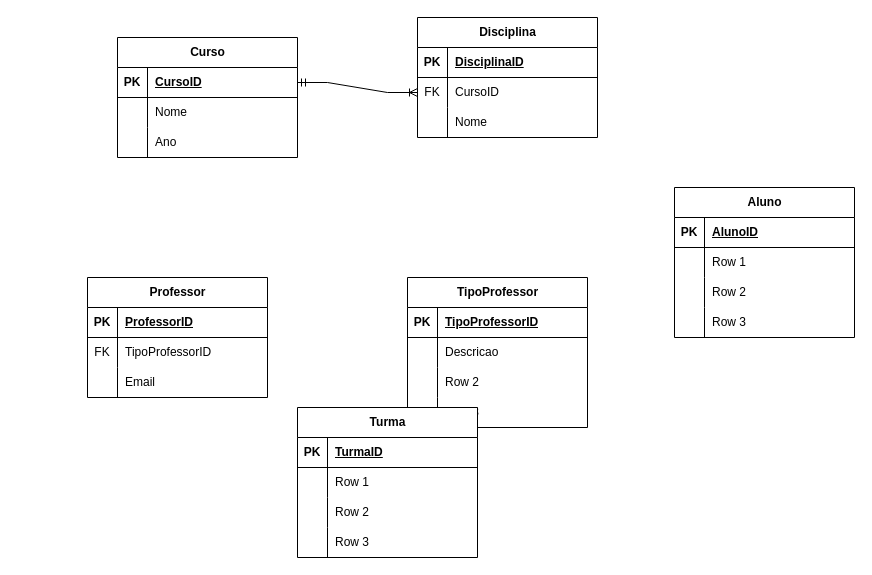
Before: page "Ex 2 - 1. Universidade" (4 of 8) of Aula_2_Notacao_CrowsFoot.drawio in danielarraiol02/tpsi-sgbd-2065422-25, a draw.io diagram. Source tidied: cells renumbered, new cells numbered last; positions are measured from the earlier drawing's top-left corner, leaving out a move shared by most shapes. Both pictures are drawn from the tidied source at 100%, with x=0, y=0 at pixel (87, 17).
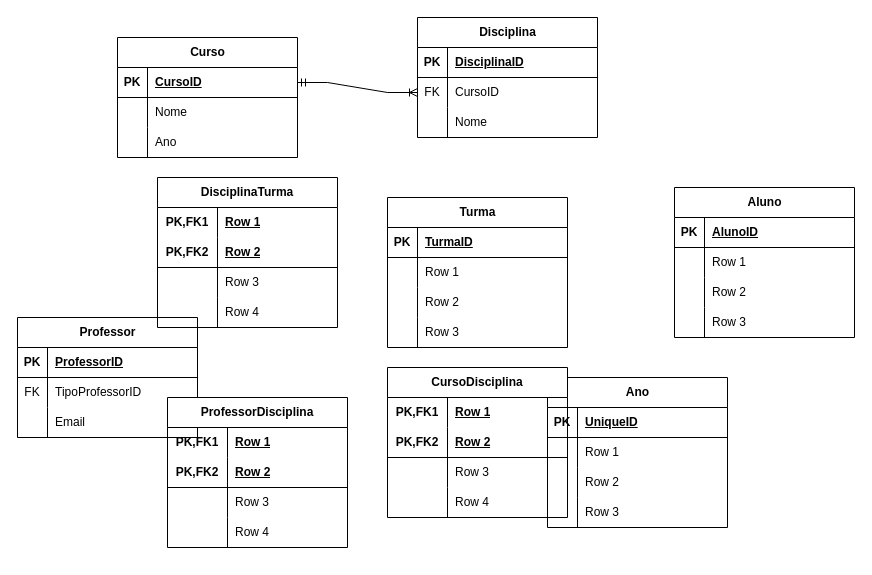
After the change.

Change to the diagram source:
```diff
@@
     <mxCell id="22" value="Professor" style="shape=table;startSize=30;childLayout=tableLayout;rowLines=0;fontStyle=1;align=center;html=1;" parent="1" vertex="1">
-      <mxGeometry y="260" width="180" height="120" as="geometry" />
+      <mxGeometry x="-70" y="300" width="180" height="120" as="geometry" />
     </mxCell>
@@
-    <mxCell id="32" value="TipoProfessor" style="shape=table;startSize=30;childLayout=tableLayout;rowLines=0;fontStyle=1;align=center;html=1;" parent="1" vertex="1">
-      <mxGeometry x="320" y="260" width="180" height="150" as="geometry" />
-    </mxCell>
-    <mxCell id="33" style="shape=tableRow;horizontal=0;startSize=0;swimlaneHead=0;swimlaneBody=0;fillColor=none;top=0;left=0;right=0;bottom=1;" parent="32" vertex="1">
-      <mxGeometry y="30" width="180" height="30" as="geometry" />
-    </mxCell>
-    <mxCell id="34" value="PK" style="shape=partialRectangle;fillColor=none;top=0;left=0;bottom=0;right=0;fontStyle=1;overflow=hidden;whiteSpace=wrap;html=1;" parent="33" vertex="1">
-      <mxGeometry width="30" height="30" as="geometry" />
-    </mxCell>
-    <mxCell id="35" value="TipoProfessorID" style="shape=partialRectangle;fillColor=none;top=0;left=0;bottom=0;right=0;align=left;spacingLeft=6;fontStyle=5;overflow=hidden;whiteSpace=wrap;html=1;" parent="33" vertex="1">
-      <mxGeometry x="30" width="150" height="30" as="geometry" />
-    </mxCell>
-    <mxCell id="36" style="shape=tableRow;horizontal=0;startSize=0;swimlaneHead=0;swimlaneBody=0;fillColor=none;top=0;left=0;right=0;bottom=0;" parent="32" vertex="1">
-      <mxGeometry y="60" width="180" height="30" as="geometry" />
-    </mxCell>
-    <mxCell id="37" style="shape=partialRectangle;fillColor=none;top=0;left=0;bottom=0;right=0;overflow=hidden;whiteSpace=wrap;html=1;" parent="36" vertex="1">
-      <mxGeometry width="30" height="30" as="geometry" />
-    </mxCell>
-    <mxCell id="38" value="Descricao" style="shape=partialRectangle;fillColor=none;top=0;left=0;bottom=0;right=0;align=left;spacingLeft=6;overflow=hidden;whiteSpace=wrap;html=1;" parent="36" vertex="1">
-      <mxGeometry x="30" width="150" height="30" as="geometry" />
-    </mxCell>
-    <mxCell id="39" style="shape=tableRow;horizontal=0;startSize=0;swimlaneHead=0;swimlaneBody=0;fillColor=none;top=0;left=0;right=0;bottom=0;" parent="32" vertex="1">
-      <mxGeometry y="90" width="180" height="30" as="geometry" />
-    </mxCell>
-    <mxCell id="40" style="shape=partialRectangle;fillColor=none;top=0;left=0;bottom=0;right=0;overflow=hidden;whiteSpace=wrap;html=1;" parent="39" vertex="1">
-      <mxGeometry width="30" height="30" as="geometry" />
-    </mxCell>
-    <mxCell id="41" value="Row 2" style="shape=partialRectangle;fillColor=none;top=0;left=0;bottom=0;right=0;align=left;spacingLeft=6;overflow=hidden;whiteSpace=wrap;html=1;" parent="39" vertex="1">
-      <mxGeometry x="30" width="150" height="30" as="geometry" />
-    </mxCell>
-    <mxCell id="42" style="shape=tableRow;horizontal=0;startSize=0;swimlaneHead=0;swimlaneBody=0;fillColor=none;top=0;left=0;right=0;bottom=0;" parent="32" vertex="1">
-      <mxGeometry y="120" width="180" height="30" as="geometry" />
-    </mxCell>
-    <mxCell id="43" style="shape=partialRectangle;fillColor=none;top=0;left=0;bottom=0;right=0;overflow=hidden;whiteSpace=wrap;html=1;" parent="42" vertex="1">
-      <mxGeometry width="30" height="30" as="geometry" />
-    </mxCell>
-    <mxCell id="44" value="Row 3" style="shape=partialRectangle;fillColor=none;top=0;left=0;bottom=0;right=0;align=left;spacingLeft=6;overflow=hidden;whiteSpace=wrap;html=1;" parent="42" vertex="1">
-      <mxGeometry x="30" width="150" height="30" as="geometry" />
-    </mxCell>
     <mxCell id="45" value="Turma" style="shape=table;startSize=30;childLayout=tableLayout;rowLines=0;fontStyle=1;align=center;html=1;" parent="1" vertex="1">
-      <mxGeometry x="210" y="390" width="180" height="150" as="geometry" />
+      <mxGeometry x="300" y="180" width="180" height="150" as="geometry" />
     </mxCell>
@@
+    <mxCell id="72" value="Ano" style="shape=table;startSize=30;childLayout=tableLayout;rowLines=0;fontStyle=1;align=center;html=1;" parent="1" vertex="1">
+      <mxGeometry x="460" y="360" width="180" height="150" as="geometry" />
+    </mxCell>
+    <mxCell id="33" style="shape=tableRow;horizontal=0;startSize=0;swimlaneHead=0;swimlaneBody=0;fillColor=none;top=0;left=0;right=0;bottom=1;" parent="72" vertex="1">
+      <mxGeometry y="30" width="180" height="30" as="geometry" />
+    </mxCell>
+    <mxCell id="34" value="PK" style="shape=partialRectangle;fillColor=none;top=0;left=0;bottom=0;right=0;fontStyle=1;overflow=hidden;whiteSpace=wrap;html=1;" parent="33" vertex="1">
+      <mxGeometry width="30" height="30" as="geometry" />
+    </mxCell>
+    <mxCell id="73" value="UniqueID" style="shape=partialRectangle;fillColor=none;top=0;left=0;bottom=0;right=0;align=left;spacingLeft=6;fontStyle=5;overflow=hidden;whiteSpace=wrap;html=1;" parent="33" vertex="1">
+      <mxGeometry x="30" width="150" height="30" as="geometry" />
+    </mxCell>
+    <mxCell id="36" style="shape=tableRow;horizontal=0;startSize=0;swimlaneHead=0;swimlaneBody=0;fillColor=none;top=0;left=0;right=0;bottom=0;" parent="72" vertex="1">
+      <mxGeometry y="60" width="180" height="30" as="geometry" />
+    </mxCell>
+    <mxCell id="74" style="shape=partialRectangle;fillColor=none;top=0;left=0;bottom=0;right=0;overflow=hidden;whiteSpace=wrap;html=1;" parent="36" vertex="1">
+      <mxGeometry width="30" height="30" as="geometry" />
+    </mxCell>
+    <mxCell id="75" value="Row 1" style="shape=partialRectangle;fillColor=none;top=0;left=0;bottom=0;right=0;align=left;spacingLeft=6;overflow=hidden;whiteSpace=wrap;html=1;" parent="36" vertex="1">
+      <mxGeometry x="30" width="150" height="30" as="geometry" />
+    </mxCell>
+    <mxCell id="39" style="shape=tableRow;horizontal=0;startSize=0;swimlaneHead=0;swimlaneBody=0;fillColor=none;top=0;left=0;right=0;bottom=0;" parent="72" vertex="1">
+      <mxGeometry y="90" width="180" height="30" as="geometry" />
+    </mxCell>
+    <mxCell id="76" style="shape=partialRectangle;fillColor=none;top=0;left=0;bottom=0;right=0;overflow=hidden;whiteSpace=wrap;html=1;" parent="39" vertex="1">
+      <mxGeometry width="30" height="30" as="geometry" />
+    </mxCell>
+    <mxCell id="41" value="Row 2" style="shape=partialRectangle;fillColor=none;top=0;left=0;bottom=0;right=0;align=left;spacingLeft=6;overflow=hidden;whiteSpace=wrap;html=1;" parent="39" vertex="1">
+      <mxGeometry x="30" width="150" height="30" as="geometry" />
+    </mxCell>
+    <mxCell id="42" style="shape=tableRow;horizontal=0;startSize=0;swimlaneHead=0;swimlaneBody=0;fillColor=none;top=0;left=0;right=0;bottom=0;" parent="72" vertex="1">
+      <mxGeometry y="120" width="180" height="30" as="geometry" />
+    </mxCell>
+    <mxCell id="77" style="shape=partialRectangle;fillColor=none;top=0;left=0;bottom=0;right=0;overflow=hidden;whiteSpace=wrap;html=1;" parent="42" vertex="1">
+      <mxGeometry width="30" height="30" as="geometry" />
+    </mxCell>
+    <mxCell id="44" value="Row 3" style="shape=partialRectangle;fillColor=none;top=0;left=0;bottom=0;right=0;align=left;spacingLeft=6;overflow=hidden;whiteSpace=wrap;html=1;" parent="42" vertex="1">
+      <mxGeometry x="30" width="150" height="30" as="geometry" />
+    </mxCell>
+    <mxCell id="78" value="CursoDisciplina" style="shape=table;startSize=30;childLayout=tableLayout;rowLines=0;fontStyle=1;align=center;html=1;whiteSpace=wrap;" parent="1" vertex="1">
+      <mxGeometry x="300" y="350" width="180" height="150" as="geometry" />
+    </mxCell>
+    <mxCell id="79" style="shape=tableRow;horizontal=0;startSize=0;swimlaneHead=0;swimlaneBody=0;fillColor=none;top=0;left=0;right=0;bottom=0;html=1;" parent="78" vertex="1">
+      <mxGeometry y="30" width="180" height="30" as="geometry" />
+    </mxCell>
+    <mxCell id="80" value="PK,FK1" style="shape=partialRectangle;fillColor=none;top=0;left=0;bottom=0;right=0;fontStyle=1;overflow=hidden;html=1;whiteSpace=wrap;" parent="79" vertex="1">
+      <mxGeometry width="60" height="30" as="geometry" />
+    </mxCell>
+    <mxCell id="81" value="Row 1" style="shape=partialRectangle;fillColor=none;top=0;left=0;bottom=0;right=0;align=left;spacingLeft=6;fontStyle=5;overflow=hidden;html=1;whiteSpace=wrap;" parent="79" vertex="1">
+      <mxGeometry x="60" width="120" height="30" as="geometry" />
+    </mxCell>
+    <mxCell id="82" style="shape=tableRow;horizontal=0;startSize=0;swimlaneHead=0;swimlaneBody=0;fillColor=none;top=0;left=0;right=0;bottom=1;html=1;" parent="78" vertex="1">
+      <mxGeometry y="60" width="180" height="30" as="geometry" />
+    </mxCell>
+    <mxCell id="83" value="PK,FK2" style="shape=partialRectangle;fillColor=none;top=0;left=0;bottom=0;right=0;fontStyle=1;overflow=hidden;html=1;whiteSpace=wrap;" parent="82" vertex="1">
+      <mxGeometry width="60" height="30" as="geometry" />
+    </mxCell>
+    <mxCell id="84" value="Row 2" style="shape=partialRectangle;fillColor=none;top=0;left=0;bottom=0;right=0;align=left;spacingLeft=6;fontStyle=5;overflow=hidden;html=1;whiteSpace=wrap;" parent="82" vertex="1">
+      <mxGeometry x="60" width="120" height="30" as="geometry" />
+    </mxCell>
+    <mxCell id="85" style="shape=tableRow;horizontal=0;startSize=0;swimlaneHead=0;swimlaneBody=0;fillColor=none;top=0;left=0;right=0;bottom=0;html=1;" parent="78" vertex="1">
+      <mxGeometry y="90" width="180" height="30" as="geometry" />
+    </mxCell>
+    <mxCell id="86" style="shape=partialRectangle;fillColor=none;top=0;left=0;bottom=0;right=0;overflow=hidden;html=1;whiteSpace=wrap;" parent="85" vertex="1">
+      <mxGeometry width="60" height="30" as="geometry" />
+    </mxCell>
+    <mxCell id="87" value="Row 3" style="shape=partialRectangle;fillColor=none;top=0;left=0;bottom=0;right=0;align=left;spacingLeft=6;overflow=hidden;html=1;whiteSpace=wrap;" parent="85" vertex="1">
+      <mxGeometry x="60" width="120" height="30" as="geometry" />
+    </mxCell>
+    <mxCell id="88" style="shape=tableRow;horizontal=0;startSize=0;swimlaneHead=0;swimlaneBody=0;fillColor=none;top=0;left=0;right=0;bottom=0;html=1;" parent="78" vertex="1">
+      <mxGeometry y="120" width="180" height="30" as="geometry" />
+    </mxCell>
+    <mxCell id="89" style="shape=partialRectangle;fillColor=none;top=0;left=0;bottom=0;right=0;overflow=hidden;html=1;whiteSpace=wrap;" parent="88" vertex="1">
+      <mxGeometry width="60" height="30" as="geometry" />
+    </mxCell>
+    <mxCell id="90" value="Row 4" style="shape=partialRectangle;fillColor=none;top=0;left=0;bottom=0;right=0;align=left;spacingLeft=6;overflow=hidden;html=1;whiteSpace=wrap;" parent="88" vertex="1">
+      <mxGeometry x="60" width="120" height="30" as="geometry" />
+    </mxCell>
+    <mxCell id="91" value="DisciplinaTurma" style="shape=table;startSize=30;childLayout=tableLayout;rowLines=0;fontStyle=1;align=center;html=1;whiteSpace=wrap;" parent="1" vertex="1">
+      <mxGeometry x="70" y="160" width="180" height="150" as="geometry" />
+    </mxCell>
+    <mxCell id="92" style="shape=tableRow;horizontal=0;startSize=0;swimlaneHead=0;swimlaneBody=0;fillColor=none;top=0;left=0;right=0;bottom=0;html=1;" parent="91" vertex="1">
+      <mxGeometry y="30" width="180" height="30" as="geometry" />
+    </mxCell>
+    <mxCell id="93" value="PK,FK1" style="shape=partialRectangle;fillColor=none;top=0;left=0;bottom=0;right=0;fontStyle=1;overflow=hidden;html=1;whiteSpace=wrap;" parent="92" vertex="1">
+      <mxGeometry width="60" height="30" as="geometry" />
+    </mxCell>
+    <mxCell id="94" value="Row 1" style="shape=partialRectangle;fillColor=none;top=0;left=0;bottom=0;right=0;align=left;spacingLeft=6;fontStyle=5;overflow=hidden;html=1;whiteSpace=wrap;" parent="92" vertex="1">
+      <mxGeometry x="60" width="120" height="30" as="geometry" />
+    </mxCell>
+    <mxCell id="95" style="shape=tableRow;horizontal=0;startSize=0;swimlaneHead=0;swimlaneBody=0;fillColor=none;top=0;left=0;right=0;bottom=1;html=1;" parent="91" vertex="1">
+      <mxGeometry y="60" width="180" height="30" as="geometry" />
+    </mxCell>
+    <mxCell id="96" value="PK,FK2" style="shape=partialRectangle;fillColor=none;top=0;left=0;bottom=0;right=0;fontStyle=1;overflow=hidden;html=1;whiteSpace=wrap;" parent="95" vertex="1">
+      <mxGeometry width="60" height="30" as="geometry" />
+    </mxCell>
+    <mxCell id="97" value="Row 2" style="shape=partialRectangle;fillColor=none;top=0;left=0;bottom=0;right=0;align=left;spacingLeft=6;fontStyle=5;overflow=hidden;html=1;whiteSpace=wrap;" parent="95" vertex="1">
+      <mxGeometry x="60" width="120" height="30" as="geometry" />
+    </mxCell>
+    <mxCell id="98" style="shape=tableRow;horizontal=0;startSize=0;swimlaneHead=0;swimlaneBody=0;fillColor=none;top=0;left=0;right=0;bottom=0;html=1;" parent="91" vertex="1">
+      <mxGeometry y="90" width="180" height="30" as="geometry" />
+    </mxCell>
+    <mxCell id="99" style="shape=partialRectangle;fillColor=none;top=0;left=0;bottom=0;right=0;overflow=hidden;html=1;whiteSpace=wrap;" parent="98" vertex="1">
+      <mxGeometry width="60" height="30" as="geometry" />
+    </mxCell>
+    <mxCell id="100" value="Row 3" style="shape=partialRectangle;fillColor=none;top=0;left=0;bottom=0;right=0;align=left;spacingLeft=6;overflow=hidden;html=1;whiteSpace=wrap;" parent="98" vertex="1">
+      <mxGeometry x="60" width="120" height="30" as="geometry" />
+    </mxCell>
+    <mxCell id="101" style="shape=tableRow;horizontal=0;startSize=0;swimlaneHead=0;swimlaneBody=0;fillColor=none;top=0;left=0;right=0;bottom=0;html=1;" parent="91" vertex="1">
+      <mxGeometry y="120" width="180" height="30" as="geometry" />
+    </mxCell>
+    <mxCell id="102" style="shape=partialRectangle;fillColor=none;top=0;left=0;bottom=0;right=0;overflow=hidden;html=1;whiteSpace=wrap;" parent="101" vertex="1">
+      <mxGeometry width="60" height="30" as="geometry" />
+    </mxCell>
+    <mxCell id="103" value="Row 4" style="shape=partialRectangle;fillColor=none;top=0;left=0;bottom=0;right=0;align=left;spacingLeft=6;overflow=hidden;html=1;whiteSpace=wrap;" parent="101" vertex="1">
+      <mxGeometry x="60" width="120" height="30" as="geometry" />
+    </mxCell>
+    <mxCell id="104" value="ProfessorDisciplina" style="shape=table;startSize=30;childLayout=tableLayout;rowLines=0;fontStyle=1;align=center;html=1;whiteSpace=wrap;" parent="1" vertex="1">
+      <mxGeometry x="80" y="380" width="180" height="150" as="geometry" />
+    </mxCell>
+    <mxCell id="105" style="shape=tableRow;horizontal=0;startSize=0;swimlaneHead=0;swimlaneBody=0;fillColor=none;top=0;left=0;right=0;bottom=0;html=1;" parent="104" vertex="1">
+      <mxGeometry y="30" width="180" height="30" as="geometry" />
+    </mxCell>
+    <mxCell id="106" value="PK,FK1" style="shape=partialRectangle;fillColor=none;top=0;left=0;bottom=0;right=0;fontStyle=1;overflow=hidden;html=1;whiteSpace=wrap;" parent="105" vertex="1">
+      <mxGeometry width="60" height="30" as="geometry" />
+    </mxCell>
+    <mxCell id="107" value="Row 1" style="shape=partialRectangle;fillColor=none;top=0;left=0;bottom=0;right=0;align=left;spacingLeft=6;fontStyle=5;overflow=hidden;html=1;whiteSpace=wrap;" parent="105" vertex="1">
+      <mxGeometry x="60" width="120" height="30" as="geometry" />
+    </mxCell>
+    <mxCell id="108" style="shape=tableRow;horizontal=0;startSize=0;swimlaneHead=0;swimlaneBody=0;fillColor=none;top=0;left=0;right=0;bottom=1;html=1;" parent="104" vertex="1">
+      <mxGeometry y="60" width="180" height="30" as="geometry" />
+    </mxCell>
+    <mxCell id="109" value="PK,FK2" style="shape=partialRectangle;fillColor=none;top=0;left=0;bottom=0;right=0;fontStyle=1;overflow=hidden;html=1;whiteSpace=wrap;" parent="108" vertex="1">
+      <mxGeometry width="60" height="30" as="geometry" />
+    </mxCell>
+    <mxCell id="110" value="Row 2" style="shape=partialRectangle;fillColor=none;top=0;left=0;bottom=0;right=0;align=left;spacingLeft=6;fontStyle=5;overflow=hidden;html=1;whiteSpace=wrap;" parent="108" vertex="1">
+      <mxGeometry x="60" width="120" height="30" as="geometry" />
+    </mxCell>
+    <mxCell id="111" style="shape=tableRow;horizontal=0;startSize=0;swimlaneHead=0;swimlaneBody=0;fillColor=none;top=0;left=0;right=0;bottom=0;html=1;" parent="104" vertex="1">
+      <mxGeometry y="90" width="180" height="30" as="geometry" />
+    </mxCell>
+    <mxCell id="112" style="shape=partialRectangle;fillColor=none;top=0;left=0;bottom=0;right=0;overflow=hidden;html=1;whiteSpace=wrap;" parent="111" vertex="1">
+      <mxGeometry width="60" height="30" as="geometry" />
+    </mxCell>
+    <mxCell id="113" value="Row 3" style="shape=partialRectangle;fillColor=none;top=0;left=0;bottom=0;right=0;align=left;spacingLeft=6;overflow=hidden;html=1;whiteSpace=wrap;" parent="111" vertex="1">
+      <mxGeometry x="60" width="120" height="30" as="geometry" />
+    </mxCell>
+    <mxCell id="114" style="shape=tableRow;horizontal=0;startSize=0;swimlaneHead=0;swimlaneBody=0;fillColor=none;top=0;left=0;right=0;bottom=0;html=1;" parent="104" vertex="1">
+      <mxGeometry y="120" width="180" height="30" as="geometry" />
+    </mxCell>
+    <mxCell id="115" style="shape=partialRectangle;fillColor=none;top=0;left=0;bottom=0;right=0;overflow=hidden;html=1;whiteSpace=wrap;" parent="114" vertex="1">
+      <mxGeometry width="60" height="30" as="geometry" />
+    </mxCell>
+    <mxCell id="116" value="Row 4" style="shape=partialRectangle;fillColor=none;top=0;left=0;bottom=0;right=0;align=left;spacingLeft=6;overflow=hidden;html=1;whiteSpace=wrap;" parent="114" vertex="1">
+      <mxGeometry x="60" width="120" height="30" as="geometry" />
+    </mxCell>
```
